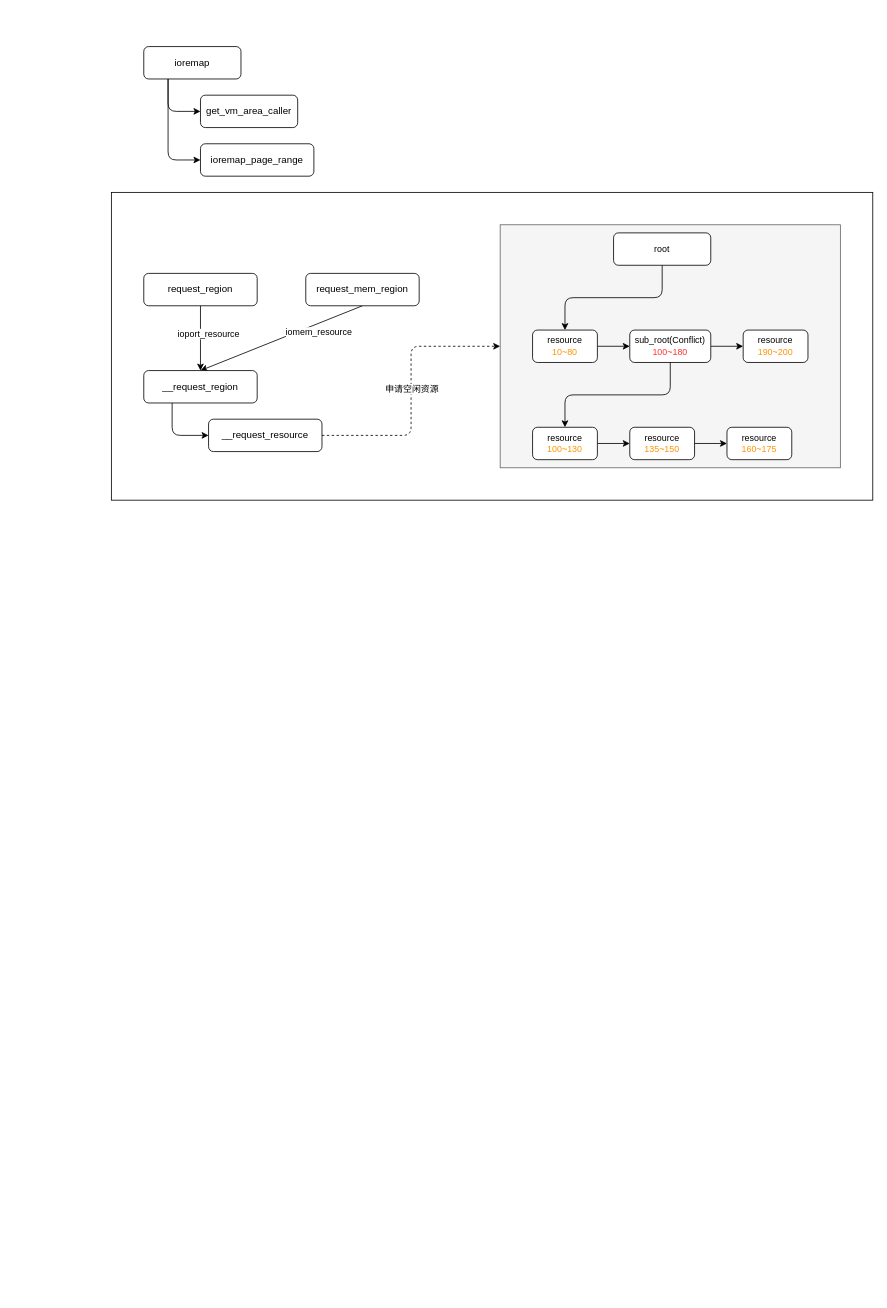
The draw.io diagram page "IO资源" (4 of 4) of linux/linux-driver.drawio in Aspiresky/draw.io, before the edit. Source tidied: cells renumbered, new cells numbered last; positions are measured from the earlier drawing's top-left corner, leaving out a move shared by most shapes. Both pictures are drawn from the tidied source at 81%, with x=0, y=0 at pixel (111, 46).
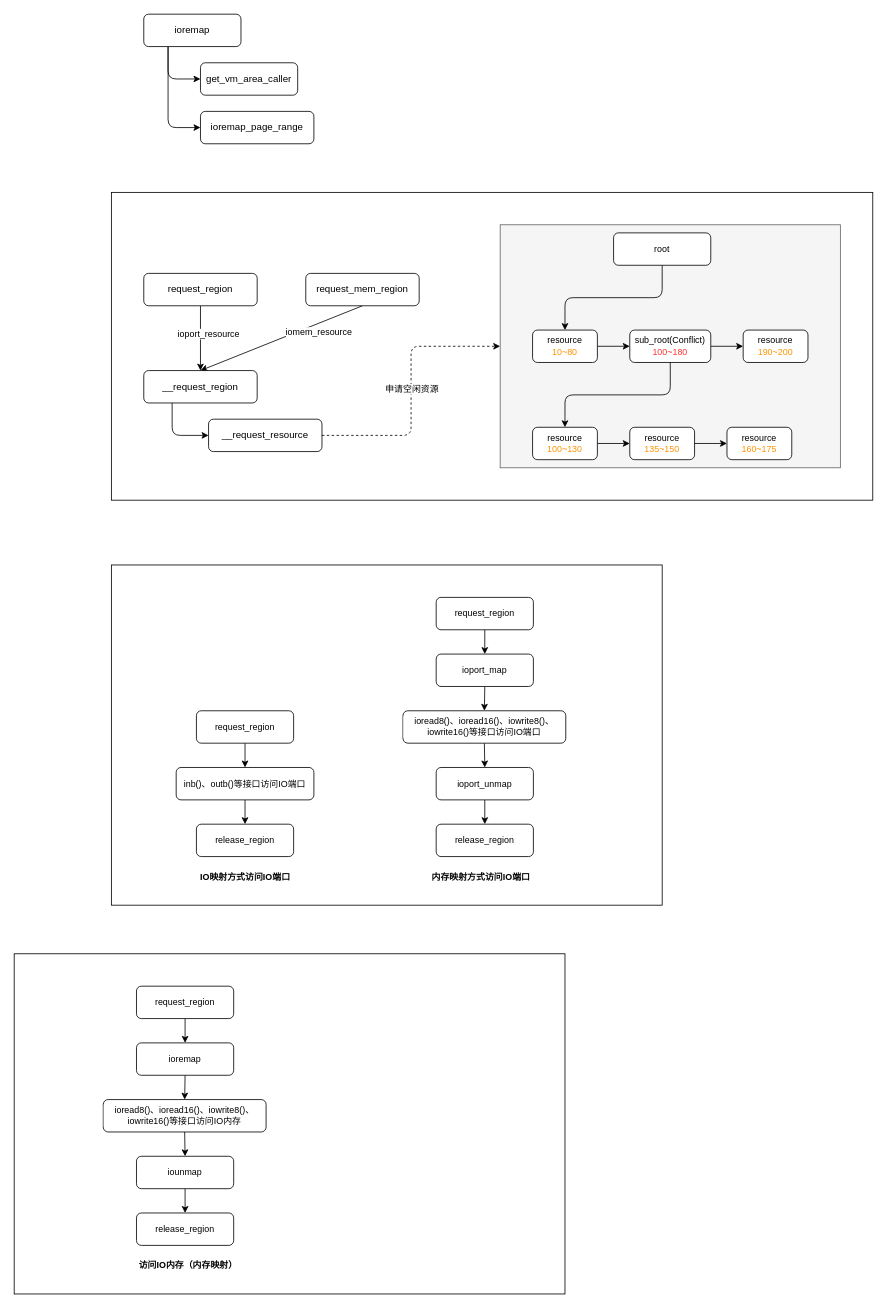
The same diagram, later.

What changed in the source:
```diff
@@
     <mxCell id="4" value="ioremap" style="rounded=1;whiteSpace=wrap;html=1;fontFamily=Helvetica;fontSize=12;fontColor=default;labelBackgroundColor=default;" parent="1" vertex="1">
-      <mxGeometry x="40" width="120" height="40" as="geometry" />
+      <mxGeometry x="40" y="-40" width="120" height="40" as="geometry" />
     </mxCell>
     <mxCell id="5" value="get_vm_area_caller" style="rounded=1;whiteSpace=wrap;html=1;fontFamily=Helvetica;fontSize=12;fontColor=default;labelBackgroundColor=default;" parent="1" vertex="1">
-      <mxGeometry x="110" y="60" width="120" height="40" as="geometry" />
+      <mxGeometry x="110" y="20" width="120" height="40" as="geometry" />
     </mxCell>
     <mxCell id="6" value="ioremap_page_range" style="rounded=1;whiteSpace=wrap;html=1;fontFamily=Helvetica;fontSize=12;fontColor=default;labelBackgroundColor=default;" parent="1" vertex="1">
-      <mxGeometry x="110" y="120" width="140" height="40" as="geometry" />
+      <mxGeometry x="110" y="80" width="140" height="40" as="geometry" />
     </mxCell>
@@
+    <mxCell id="33" style="rounded=0;whiteSpace=wrap;html=1;fontFamily=Helvetica;fontSize=11;fontColor=default;labelBackgroundColor=default;" parent="1" vertex="1">
+      <mxGeometry y="640" width="680" height="420" as="geometry" />
+    </mxCell>
+    <mxCell id="34" style="edgeStyle=orthogonalEdgeStyle;rounded=1;jettySize=auto;html=1;exitX=0.5;exitY=1;exitDx=0;exitDy=0;entryX=0.5;entryY=0;entryDx=0;entryDy=0;strokeColor=default;align=center;verticalAlign=middle;fontFamily=Helvetica;fontSize=11;fontColor=default;labelBackgroundColor=default;endArrow=classic;" parent="1" edge="1" source="35" target="37">
+      <mxGeometry relative="1" as="geometry" />
+    </mxCell>
+    <mxCell id="35" value="request_region" style="rounded=1;whiteSpace=wrap;html=1;fontFamily=Helvetica;fontSize=11;fontColor=default;labelBackgroundColor=default;" parent="1" vertex="1">
+      <mxGeometry x="105" y="820" width="120" height="40" as="geometry" />
+    </mxCell>
+    <mxCell id="36" style="edgeStyle=orthogonalEdgeStyle;rounded=1;jettySize=auto;html=1;exitX=0.5;exitY=1;exitDx=0;exitDy=0;entryX=0.5;entryY=0;entryDx=0;entryDy=0;strokeColor=default;align=center;verticalAlign=middle;fontFamily=Helvetica;fontSize=11;fontColor=default;labelBackgroundColor=default;endArrow=classic;" parent="1" edge="1" source="37" target="38">
+      <mxGeometry relative="1" as="geometry" />
+    </mxCell>
+    <mxCell id="37" value="inb()、outb()等接口访问IO端口" style="rounded=1;whiteSpace=wrap;html=1;fontFamily=Helvetica;fontSize=11;fontColor=default;labelBackgroundColor=default;" parent="1" vertex="1">
+      <mxGeometry x="80" y="890" width="170" height="40" as="geometry" />
+    </mxCell>
+    <mxCell id="38" value="release_region" style="rounded=1;whiteSpace=wrap;html=1;fontFamily=Helvetica;fontSize=11;fontColor=default;labelBackgroundColor=default;" parent="1" vertex="1">
+      <mxGeometry x="105" y="960" width="120" height="40" as="geometry" />
+    </mxCell>
+    <mxCell id="39" style="edgeStyle=orthogonalEdgeStyle;rounded=1;jettySize=auto;html=1;exitX=0.5;exitY=1;exitDx=0;exitDy=0;entryX=0.5;entryY=0;entryDx=0;entryDy=0;strokeColor=default;align=center;verticalAlign=middle;fontFamily=Helvetica;fontSize=11;fontColor=default;labelBackgroundColor=default;endArrow=classic;" parent="1" edge="1" source="40" target="45">
+      <mxGeometry relative="1" as="geometry" />
+    </mxCell>
+    <mxCell id="40" value="request_region" style="rounded=1;whiteSpace=wrap;html=1;fontFamily=Helvetica;fontSize=11;fontColor=default;labelBackgroundColor=default;" parent="1" vertex="1">
+      <mxGeometry x="401" y="680" width="120" height="40" as="geometry" />
+    </mxCell>
+    <mxCell id="41" style="edgeStyle=orthogonalEdgeStyle;rounded=1;jettySize=auto;html=1;exitX=0.5;exitY=1;exitDx=0;exitDy=0;entryX=0.5;entryY=0;entryDx=0;entryDy=0;strokeColor=default;align=center;verticalAlign=middle;fontFamily=Helvetica;fontSize=11;fontColor=default;labelBackgroundColor=default;endArrow=classic;" parent="1" edge="1" source="42" target="47">
+      <mxGeometry relative="1" as="geometry" />
+    </mxCell>
+    <mxCell id="42" value="ioread8()、ioread16()、iowrite8()、iowrite16()等接口访问IO端口" style="rounded=1;whiteSpace=wrap;html=1;fontFamily=Helvetica;fontSize=11;fontColor=default;labelBackgroundColor=default;" parent="1" vertex="1">
+      <mxGeometry x="360" y="820" width="201" height="40" as="geometry" />
+    </mxCell>
+    <mxCell id="43" value="release_region" style="rounded=1;whiteSpace=wrap;html=1;fontFamily=Helvetica;fontSize=11;fontColor=default;labelBackgroundColor=default;" parent="1" vertex="1">
+      <mxGeometry x="401" y="960" width="120" height="40" as="geometry" />
+    </mxCell>
+    <mxCell id="44" style="edgeStyle=orthogonalEdgeStyle;rounded=1;jettySize=auto;html=1;exitX=0.5;exitY=1;exitDx=0;exitDy=0;entryX=0.5;entryY=0;entryDx=0;entryDy=0;strokeColor=default;align=center;verticalAlign=middle;fontFamily=Helvetica;fontSize=11;fontColor=default;labelBackgroundColor=default;endArrow=classic;" parent="1" edge="1" source="45" target="42">
+      <mxGeometry relative="1" as="geometry" />
+    </mxCell>
+    <mxCell id="45" value="ioport_map" style="rounded=1;whiteSpace=wrap;html=1;fontFamily=Helvetica;fontSize=11;fontColor=default;labelBackgroundColor=default;" parent="1" vertex="1">
+      <mxGeometry x="401" y="750" width="120" height="40" as="geometry" />
+    </mxCell>
+    <mxCell id="46" style="edgeStyle=orthogonalEdgeStyle;rounded=1;jettySize=auto;html=1;exitX=0.5;exitY=1;exitDx=0;exitDy=0;entryX=0.5;entryY=0;entryDx=0;entryDy=0;strokeColor=default;align=center;verticalAlign=middle;fontFamily=Helvetica;fontSize=11;fontColor=default;labelBackgroundColor=default;endArrow=classic;" parent="1" edge="1" source="47" target="43">
+      <mxGeometry relative="1" as="geometry" />
+    </mxCell>
+    <mxCell id="47" value="ioport_unmap" style="rounded=1;whiteSpace=wrap;html=1;fontFamily=Helvetica;fontSize=11;fontColor=default;labelBackgroundColor=default;" parent="1" vertex="1">
+      <mxGeometry x="401" y="890" width="120" height="40" as="geometry" />
+    </mxCell>
+    <mxCell id="48" value="IO映射方式访问IO端口" style="text;html=1;align=center;verticalAlign=middle;strokeColor=none;fillColor=none;fontFamily=Helvetica;fontSize=11;fontColor=default;labelBackgroundColor=default;fontStyle=1;" parent="1" vertex="1">
+      <mxGeometry x="100" y="1010" width="130" height="30" as="geometry" />
+    </mxCell>
+    <mxCell id="49" value="内存映射方式访问IO端口" style="text;html=1;align=center;verticalAlign=middle;strokeColor=none;fillColor=none;fontFamily=Helvetica;fontSize=11;fontColor=default;labelBackgroundColor=default;fontStyle=1;" parent="1" vertex="1">
+      <mxGeometry x="381" y="1010" width="150" height="30" as="geometry" />
+    </mxCell>
+    <mxCell id="50" style="rounded=0;whiteSpace=wrap;html=1;fontFamily=Helvetica;fontSize=11;fontColor=default;labelBackgroundColor=default;" parent="1" vertex="1">
+      <mxGeometry x="-120" y="1120" width="680" height="420" as="geometry" />
+    </mxCell>
+    <mxCell id="51" style="edgeStyle=orthogonalEdgeStyle;rounded=1;jettySize=auto;html=1;exitX=0.5;exitY=1;exitDx=0;exitDy=0;entryX=0.5;entryY=0;entryDx=0;entryDy=0;strokeColor=default;align=center;verticalAlign=middle;fontFamily=Helvetica;fontSize=11;fontColor=default;labelBackgroundColor=default;endArrow=classic;" parent="1" edge="1" source="52" target="57">
+      <mxGeometry relative="1" as="geometry" />
+    </mxCell>
+    <mxCell id="52" value="request_region" style="rounded=1;whiteSpace=wrap;html=1;fontFamily=Helvetica;fontSize=11;fontColor=default;labelBackgroundColor=default;" parent="1" vertex="1">
+      <mxGeometry x="31" y="1160" width="120" height="40" as="geometry" />
+    </mxCell>
+    <mxCell id="53" style="edgeStyle=orthogonalEdgeStyle;rounded=1;jettySize=auto;html=1;exitX=0.5;exitY=1;exitDx=0;exitDy=0;entryX=0.5;entryY=0;entryDx=0;entryDy=0;strokeColor=default;align=center;verticalAlign=middle;fontFamily=Helvetica;fontSize=11;fontColor=default;labelBackgroundColor=default;endArrow=classic;" parent="1" edge="1" source="54" target="59">
+      <mxGeometry relative="1" as="geometry" />
+    </mxCell>
+    <mxCell id="54" value="ioread8()、ioread16()、iowrite8()、iowrite16()等接口访问IO内存" style="rounded=1;whiteSpace=wrap;html=1;fontFamily=Helvetica;fontSize=11;fontColor=default;labelBackgroundColor=default;" parent="1" vertex="1">
+      <mxGeometry x="-10" y="1300" width="201" height="40" as="geometry" />
+    </mxCell>
+    <mxCell id="55" value="release_region" style="rounded=1;whiteSpace=wrap;html=1;fontFamily=Helvetica;fontSize=11;fontColor=default;labelBackgroundColor=default;" parent="1" vertex="1">
+      <mxGeometry x="31" y="1440" width="120" height="40" as="geometry" />
+    </mxCell>
+    <mxCell id="56" style="edgeStyle=orthogonalEdgeStyle;rounded=1;jettySize=auto;html=1;exitX=0.5;exitY=1;exitDx=0;exitDy=0;entryX=0.5;entryY=0;entryDx=0;entryDy=0;strokeColor=default;align=center;verticalAlign=middle;fontFamily=Helvetica;fontSize=11;fontColor=default;labelBackgroundColor=default;endArrow=classic;" parent="1" edge="1" source="57" target="54">
+      <mxGeometry relative="1" as="geometry" />
+    </mxCell>
+    <mxCell id="57" value="ioremap" style="rounded=1;whiteSpace=wrap;html=1;fontFamily=Helvetica;fontSize=11;fontColor=default;labelBackgroundColor=default;" parent="1" vertex="1">
+      <mxGeometry x="31" y="1230" width="120" height="40" as="geometry" />
+    </mxCell>
+    <mxCell id="58" style="edgeStyle=orthogonalEdgeStyle;rounded=1;jettySize=auto;html=1;exitX=0.5;exitY=1;exitDx=0;exitDy=0;entryX=0.5;entryY=0;entryDx=0;entryDy=0;strokeColor=default;align=center;verticalAlign=middle;fontFamily=Helvetica;fontSize=11;fontColor=default;labelBackgroundColor=default;endArrow=classic;" parent="1" edge="1" source="59" target="55">
+      <mxGeometry relative="1" as="geometry" />
+    </mxCell>
+    <mxCell id="59" value="iounmap" style="rounded=1;whiteSpace=wrap;html=1;fontFamily=Helvetica;fontSize=11;fontColor=default;labelBackgroundColor=default;" parent="1" vertex="1">
+      <mxGeometry x="31" y="1370" width="120" height="40" as="geometry" />
+    </mxCell>
+    <mxCell id="60" value="访问IO内存（内存映射）" style="text;html=1;align=center;verticalAlign=middle;whiteSpace=wrap;rounded=0;fontFamily=Helvetica;fontSize=11;fontColor=default;labelBackgroundColor=default;fontStyle=1;" parent="1" vertex="1">
+      <mxGeometry x="30" y="1490" width="130" height="30" as="geometry" />
+    </mxCell>
```
